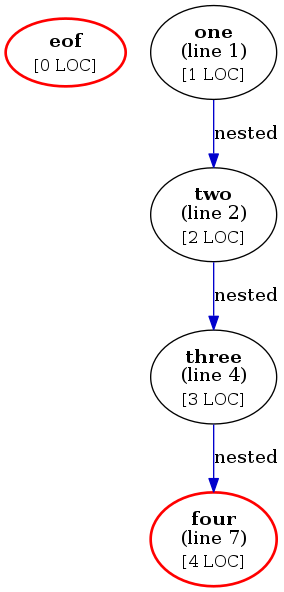
Above: examples/loc.png in microsoft/cmd-call-graph (Graphviz), before the change. Its source is kept beside it as examples/loc.dot.
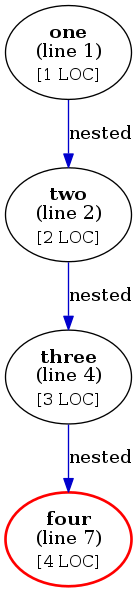
After the commit.

What changed in the source:
```diff
@@ -1,5 +1,4 @@
 digraph g {
-"eof" [label=<<b>eof</b><br/><sub>[0 LOC]</sub>>,color=red,penwidth=2]
 "four" [label=<<b>four</b><br/>(line 7)<br/><sub>[4 LOC]</sub>>,color=red,penwidth=2]
 "one" [label=<<b>one</b><br/>(line 1)<br/><sub>[1 LOC]</sub>>]
 "one" -> "two" [label=nested,color=blue3]
```
